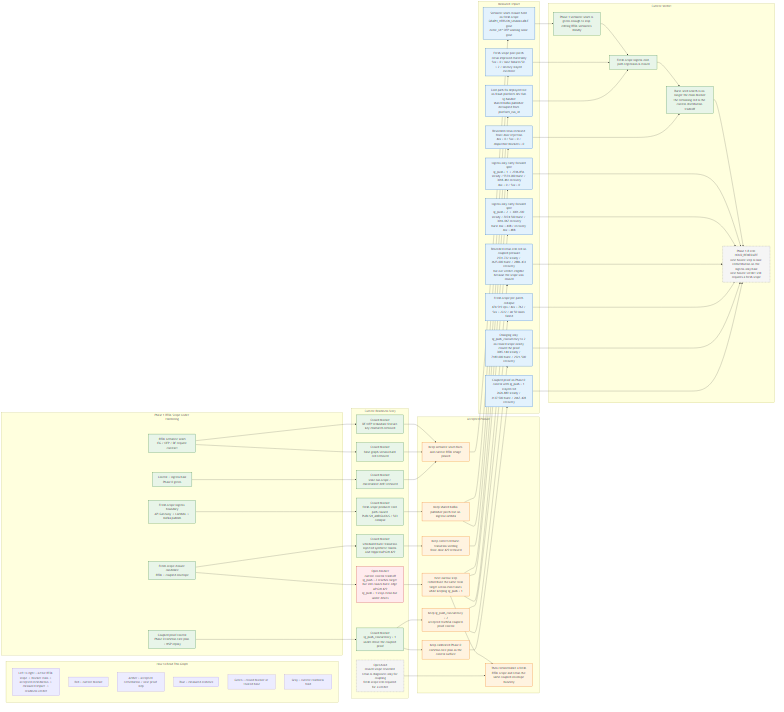
The Mermaid diagram docs/design/platform/dev_full/graph/readiness/dev_full_rtdl_readiness_delta_current_v0.mermaid.png in EsosaOrumwese/fraud-detection-system, before a commit. Its source is kept beside it as docs/design/platform/dev_full/graph/readiness/dev_full_rtdl_readiness_delta_current_v0.mermaid.mmd.
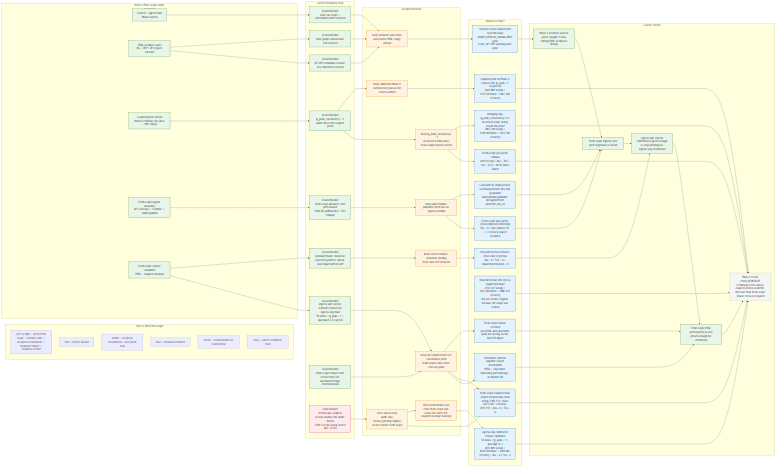
The same file after the commit.

Commit message:
Repair fresh RTDL materialization attribution

The edit, as a diff of the source:
```diff
@@ -30,17 +30,19 @@
     B5["Closed blocker<br>fresh-scope producer cold-path caused PUBLISH_AMBIGUOUS / 503 collapse"]
     B6["Closed blocker<br>scheduled burst transition injected synthetic tokens and tripped APIGW 429"]
     B7["Closed blocker<br>ingress-side control tradeoff resolved on ingress-only base<br>54 lanes / ig_push = 1 / speedup 52.2 is green"]
-    B8["Open hold<br>fresh-scope coupled RTDL verdict still required<br>reused-scope rerun remains diagnostic-only"]
+    B8["Closed blocker<br>fresh-scope rollout truth restored by ECR-normalized image materialization"]
+    B9["Open blocker<br>fresh-scope coupled steady window still under-driven<br>2958.733 eps steady with 0 4xx / 0 5xx"]
   end
 
   subgraph POSTURE["Accepted Posture"]
     P1["Keep semantic seam fixes and current RTDL image pinned"]
     P2["Keep calibrated Phase 0 common rate plan as the control surface"]
-    P3["Keep ig_push_concurrency = 2<br>accepted truthful coupled-proof control"]
+    P3["Keep ig_push_concurrency = 1<br>accepted semantically clean coupled-proof control"]
     P4["Keep shared Kafka publisher patch live on ingress Lambda"]
     P5["Keep corrected burst-transition seeding<br>front-door 429 removed"]
-    P6["Next narrow step<br>rematerialize a fresh RTDL scope on the accepted image family"]
-    P7["Then rematerialize a fresh RTDL scope and rerun the same coupled envelope honestly"]
+    P6["Keep the repaired full-ECR materializer path<br>fresh scopes must serve real new pods"]
+    P7["Next narrow step<br>uplift only stream_speedup slightly on the current fresh scope"]
+    P8["Then rematerialize one more fresh scope and rerun the corrected coupled envelope honestly"]
   end
 
   subgraph EVIDENCE["Measured Impact"]
@@ -53,14 +55,17 @@
     E7["Reseeded rerun removed front-door rejection<br>4xx = 0 / 5xx = 0 / dispatcher blockers = 0"]
     E8["Reseeded rerun still red on coupled pressure<br>2931.722 steady / 3625.000 burst / 2886.433 recovery<br>but not verdict-eligible because the scope was reused"]
     E9["Ingress-only calibrated closure candidate<br>54 lanes / ig_push = 1 / speedup 52.2<br>3031.889 steady / 6104.500 burst / 3018.861 recovery / 4xx = 0 / 5xx = 0"]
-    E10["Fresh-scope RTDL question restored<br>with ingress-side control calibrated, the next honest red belongs to RTDL coupling if it reappears"]
+    E10["Fresh-scope rollout restored<br>new RTDL and case/label pods are serving on the full ECR digest"]
+    E11["Fresh-scope coupled rerun stayed semantically clean<br>steady 2958.733 / burst 6371.500 / recovery 3015.917 / 4xx = 0 / 5xx = 0"]
+    E12["Immediate runtime snapshot stayed attributable<br>RTDL + case/label materially participating / no blocker ids"]
   end
 
   subgraph VERDICT["Current Verdict"]
     V1["Phase 1 semantic seam is green enough to stop editing RTDL semantics blindly"]
     V2["Fresh-scope ingress cold-path regression is closed"]
     V3["Ingress-side control calibration is green enough to stop spending on ingress-only attribution"]
-    V4["Phase 1.B still HOLD_REMEDIATE<br>next honest verdict requires a fresh RTDL scope on the calibrated control"]
+    V4["Fresh-scope RTDL participation is now proven enough for attribution"]
+    V5["Phase 1.B still HOLD_REMEDIATE<br>remaining red is narrow coupled-control underfill, then one final fresh-scope closure rerun is required"]
   end
 
   C0 --> B1
@@ -79,8 +84,9 @@
   B5 --> P4
   B6 --> P5
   B7 --> P6
-  B8 --> P7
-  P6 --> P7
+  B8 --> P6
+  B9 --> P7
+  P7 --> P8
 
   P1 --> E1
   P2 --> E2
@@ -88,24 +94,29 @@
   P4 --> E5
   P4 --> E6
   P5 --> E7
-  P6 --> E8
-  P6 --> E9
   P6 --> E10
+  P6 --> E11
+  P6 --> E12
+  P7 --> E11
+  P8 --> E9
   P3 --> E4
 
   E1 --> V1
   E5 --> V2
   E6 --> V2
   E7 --> V3
-  E2 --> V4
-  E3 --> V4
-  E4 --> V4
-  E8 --> V4
-  E9 --> V4
   E10 --> V4
+  E11 --> V5
+  E12 --> V4
+  E2 --> V5
+  E3 --> V5
+  E4 --> V5
+  E8 --> V5
+  E9 --> V5
   V1 --> V2
   V2 --> V3
   V3 --> V4
+  V4 --> V5
 
   classDef comp fill:#e8f5e9,stroke:#2e7d32,color:#111,stroke-width:1.3px;
   classDef defect fill:#ffebee,stroke:#c62828,color:#111,stroke-width:1.3px;
@@ -114,10 +125,9 @@
   classDef caveat fill:#f5f5f5,stroke:#616161,color:#111,stroke-dasharray: 5 3;
 
   class C0,C1,C2,C3,C4 comp;
-  class B1,B2,B3,B4,B5,B6 comp;
-  class B7 defect;
-  class B8 caveat;
-  class P1,P2,P3,P4,P5,P6,P7 fix;
-  class E1,E2,E3,E4,E5,E6,E7,E8,E9,E10 metric;
-  class V1,V2,V3 comp;
-  class V4 caveat;
+  class B1,B2,B3,B4,B5,B6,B7,B8 comp;
+  class B9 defect;
+  class P1,P2,P3,P4,P5,P6,P7,P8 fix;
+  class E1,E2,E3,E4,E5,E6,E7,E8,E9,E10,E11,E12 metric;
+  class V1,V2,V3,V4 comp;
+  class V5 caveat;
```
